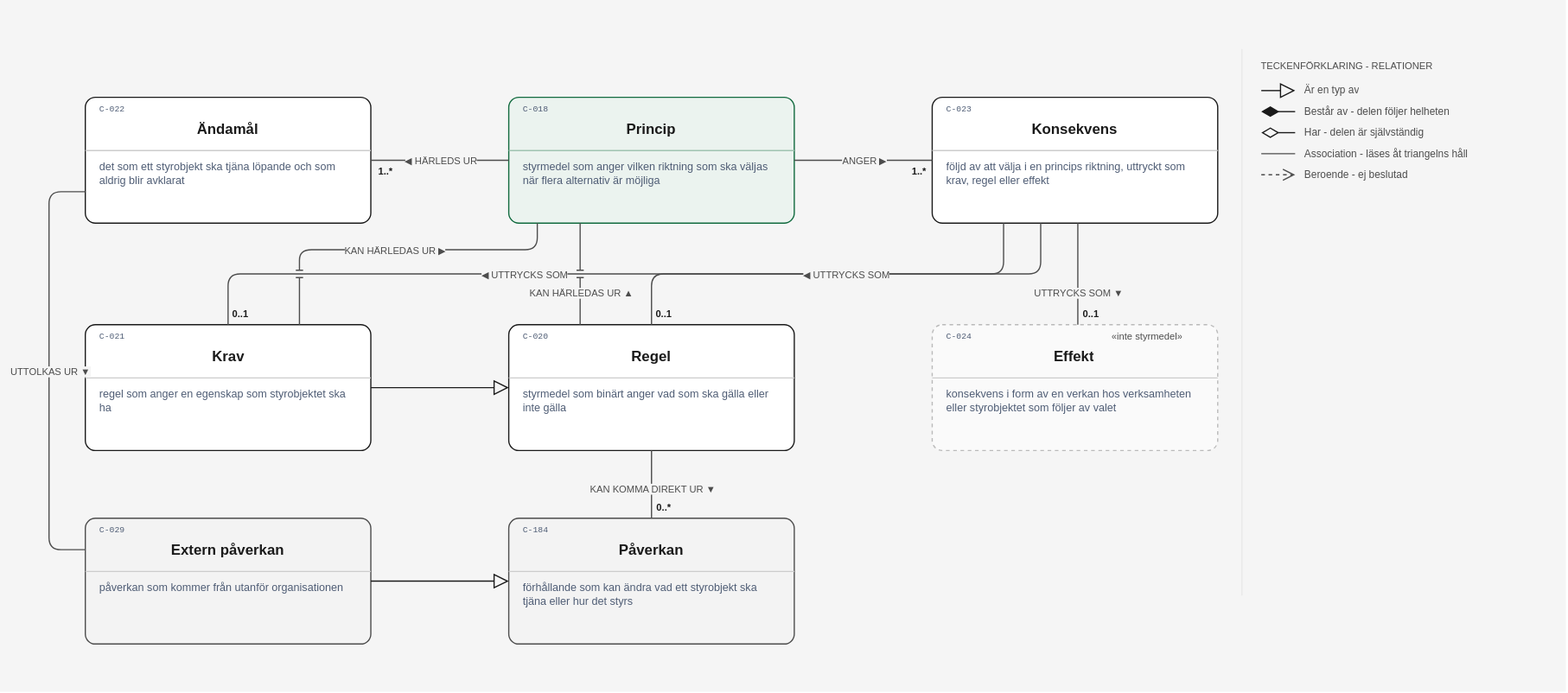
Before: layout/Från princip till krav.drawio.svg, a diagram exported from draw.io (nickdin/gestaltadet-katalog). Source tidied: cells renumbered, new cells last; positions are measured from the earlier drawing's top-left corner, leaving out a move shared by most shapes.
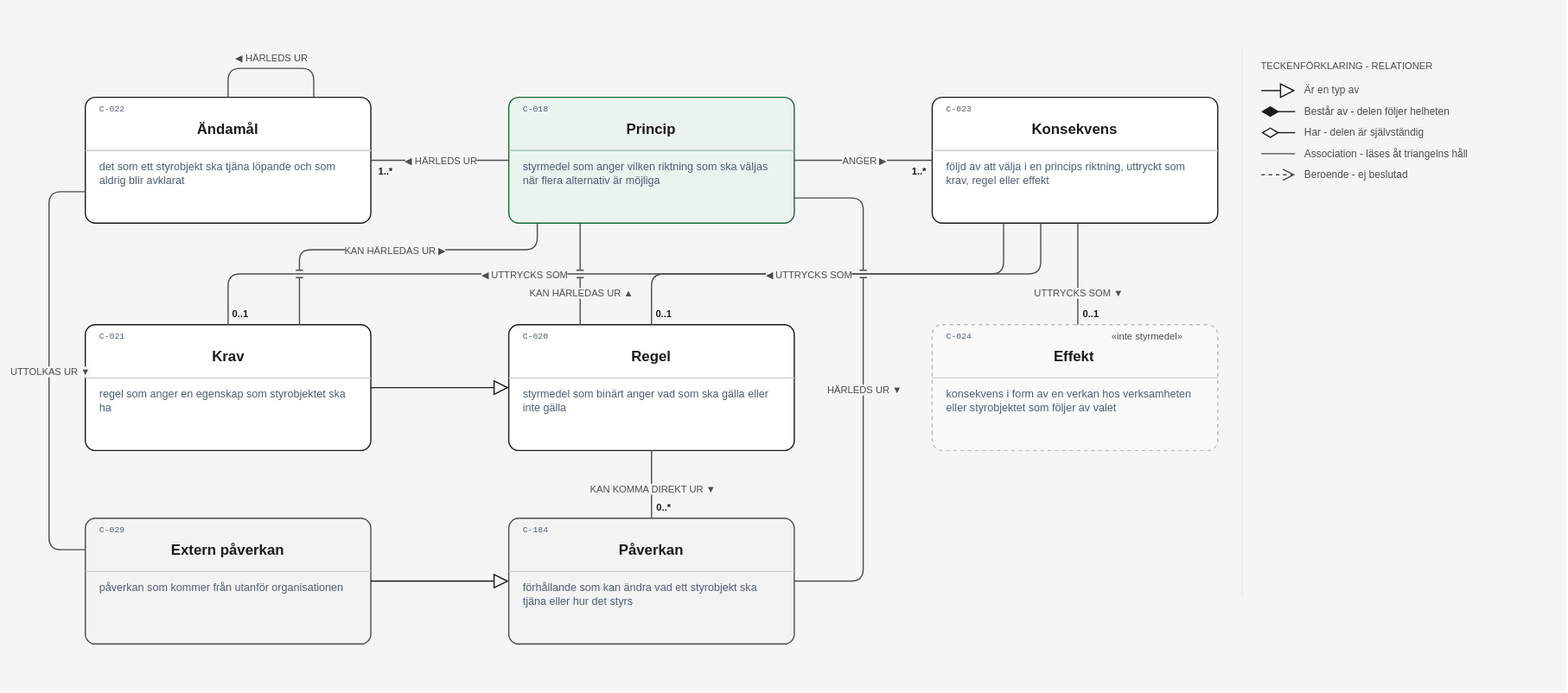
Above is the later version.

Commit message:
Ritningen Från princip till krav: 0 pilar ändrade, 2 tillagda (Princip (C-018) härleds ur Påverkan (C-184), Ändamål (C-022) härleds ur Ändamål), 0 borttagna (#77)

Rutan Påverkan kom in den 9 november (#92) utan Princips relation till den. Ändamåls relation till sig själv utelämnades den 5 november, eftersom ingen ritning då ritade en relation till det egna begreppet. Arkitekturnivå och Begreppsmodell arkitekturprinciper gör det nu. Den nya pilen korsar mitten av pilen Konsekvens (C-023) → Regel (C-020), så exportskriptet flyttade dess etikett "uttrycks som" en bit åt sidan.

Claude-Session: https://claude.ai/code/session_014hgawJwsMyTp6DLeFAvsAE

What changed in the source:
```diff
@@ -246,7 +246,7 @@
       <mxGeometry relative="1" as="geometry" />
     </mxCell>
     <mxCell id="68" value="◀ UTTRYCKS SOM" style="edgeLabel;html=1;align=center;verticalAlign=middle;fontFamily=Helvetica;fontSize=8;fontColor=#4d4d4d;fontStyle=0;labelBackgroundColor=#f5f5f5;" parent="67" vertex="1">
-      <mxGeometry relative="1" as="geometry" />
+      <mxGeometry x="0.15" relative="1" as="geometry" />
     </mxCell>
     <mxCell id="69" value="0..1" style="edgeLabel;html=1;align=center;verticalAlign=middle;fontFamily=Helvetica;fontSize=8;fontColor=#1a1a1a;fontStyle=1;labelBackgroundColor=#f5f5f5;" parent="67" vertex="1">
       <mxGeometry x="1" relative="1" as="geometry">
@@ -330,5 +330,29 @@
     <mxCell id="89" style="edgeStyle=orthogonalEdgeStyle;rounded=1;html=1;strokeColor=#1a1a1a;strokeWidth=1;endArrow=block;endFill=0;endSize=10;jumpStyle=line;exitX=1;exitY=0.5;exitDx=0;exitDy=0;entryX=0;entryY=0.5;entryDx=0;entryDy=0;" parent="1" edge="1" source="41" target="84">
       <mxGeometry relative="1" as="geometry" />
     </mxCell>
+    <mxCell id="90" style="edgeStyle=orthogonalEdgeStyle;rounded=1;html=1;strokeColor=#4d4d4d;strokeWidth=1;endArrow=none;endSize=8;exitX=1;exitY=0.8;exitDx=0;exitDy=0;entryX=1;entryY=0.5;entryDx=0;entryDy=0;jumpStyle=line;" parent="1" edge="1" source="10" target="84">
+      <mxGeometry relative="1" as="geometry">
+        <Array as="points">
+          <mxPoint x="713" y="163.2" />
+          <mxPoint x="713" y="480" />
+        </Array>
+      </mxGeometry>
+    </mxCell>
+    <mxCell id="91" value="HÄRLEDS UR ▼" style="edgeLabel;html=1;align=center;verticalAlign=middle;fontFamily=Helvetica;fontSize=8;fontColor=#4d4d4d;fontStyle=0;labelBackgroundColor=#f5f5f5;" parent="90" vertex="1">
+      <mxGeometry relative="1" as="geometry" />
+    </mxCell>
+    <mxCell id="92" style="edgeStyle=orthogonalEdgeStyle;rounded=1;html=1;strokeColor=#4d4d4d;strokeWidth=1;endArrow=none;endSize=8;exitX=0.8;exitY=0;exitDx=0;exitDy=0;entryX=0.5;entryY=0;entryDx=0;entryDy=0;jumpStyle=line;" parent="1" edge="1" source="4" target="4">
+      <mxGeometry relative="1" as="geometry">
+        <Array as="points">
+          <mxPoint x="258.8" y="56" />
+          <mxPoint x="188" y="56" />
+        </Array>
+      </mxGeometry>
+    </mxCell>
+    <mxCell id="93" value="◀ HÄRLEDS UR" style="edgeLabel;html=1;align=center;verticalAlign=middle;fontFamily=Helvetica;fontSize=8;fontColor=#4d4d4d;fontStyle=0;labelBackgroundColor=#f5f5f5;" parent="92" vertex="1">
+      <mxGeometry relative="1" as="geometry">
+        <mxPoint y="-9" as="offset" />
+      </mxGeometry>
+    </mxCell>
   </root>
 </mxGraphModel>
```
